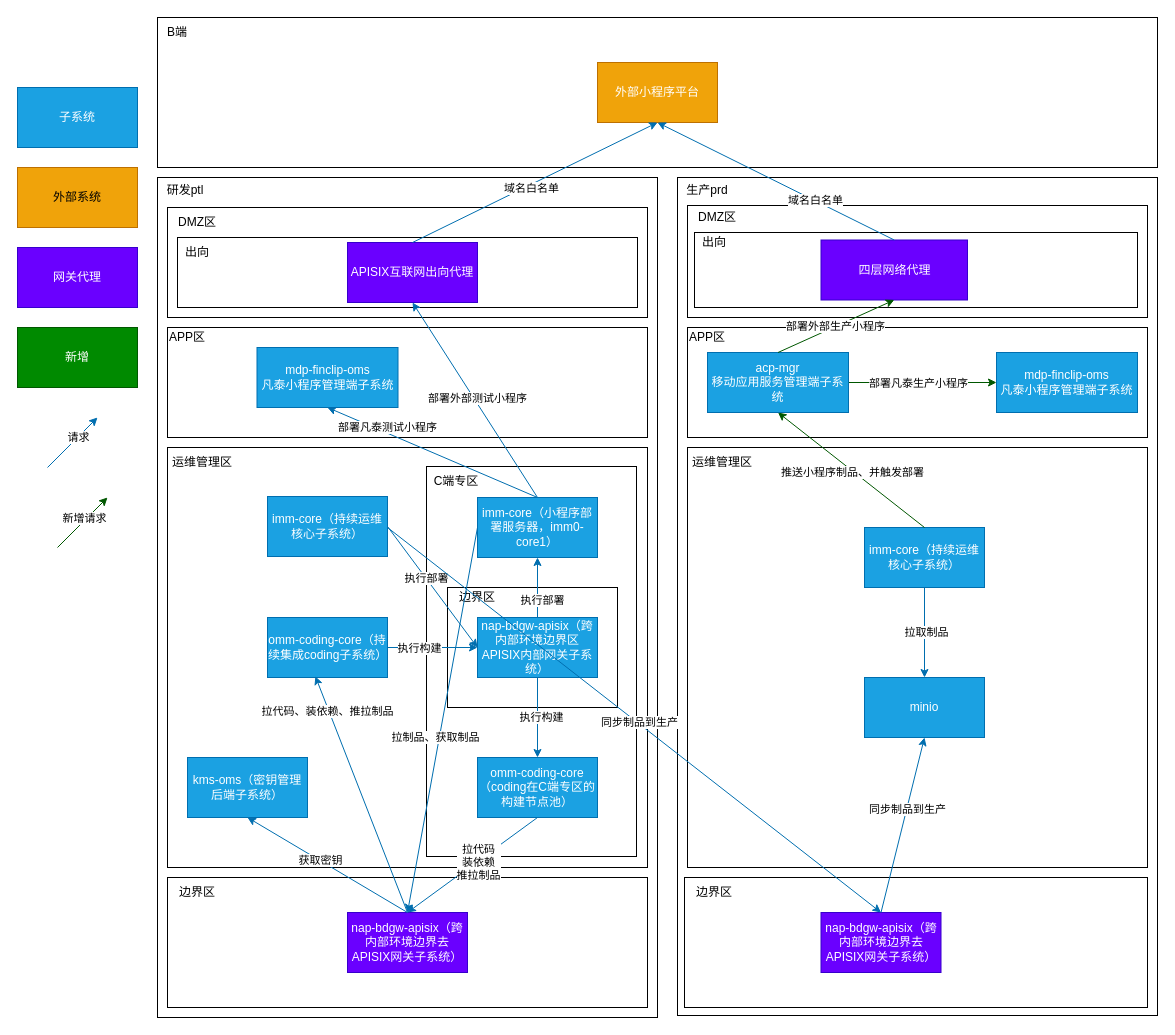
Earlier version of the draw.io diagram 小程序发布部署架构图-生产有C端专区--发ptl finclip--生产cos.drawio (lao-chengyong/-). Source tidied: cells renumbered, new cells numbered last; positions are measured from the earlier drawing's top-left corner, leaving out a move shared by most shapes. Both pictures are drawn from the tidied source at 100%, with x=0, y=0 at pixel (17, 17).
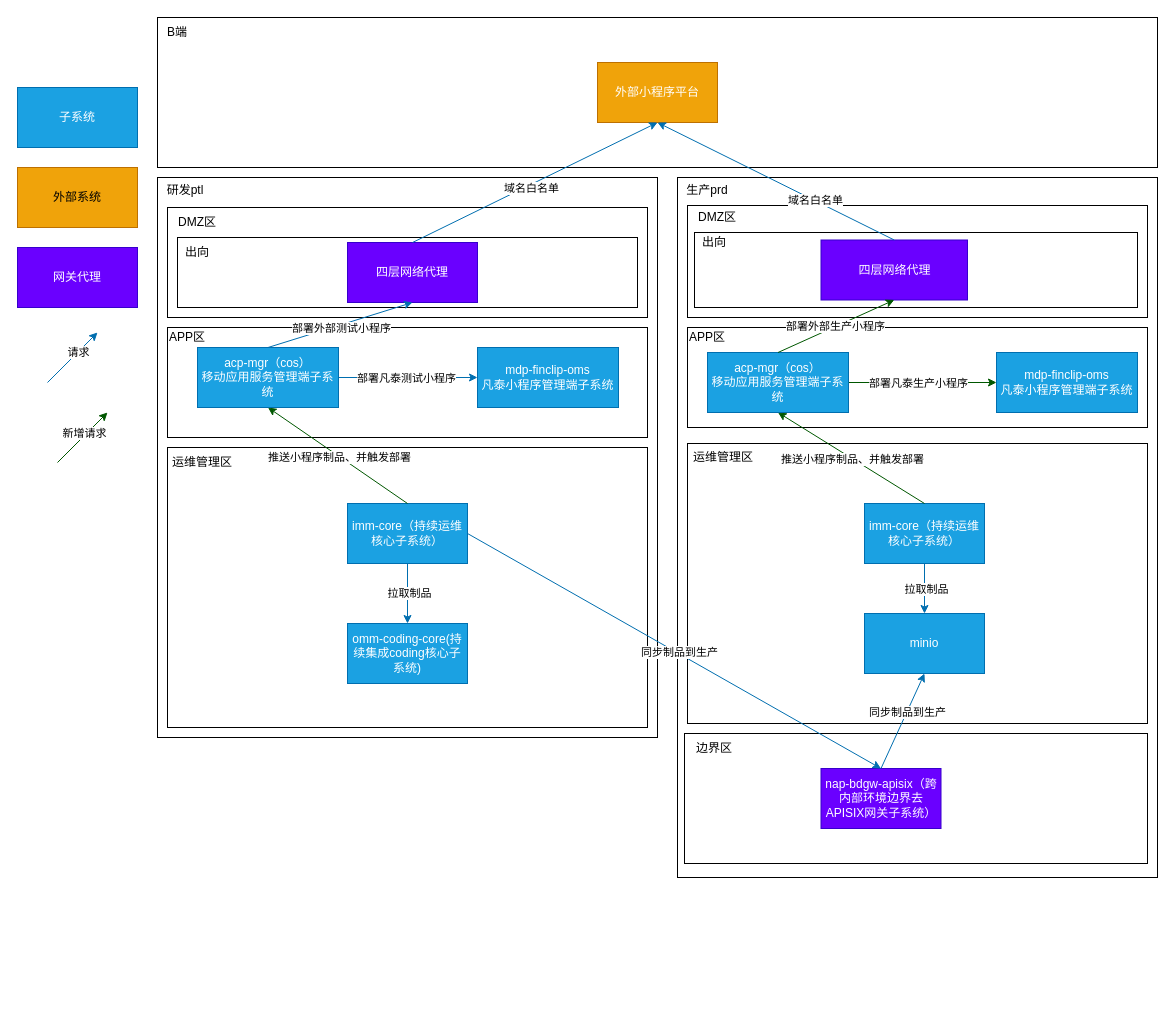
Above is the later version.

Commit message:
更新小程序发布部署架构图-生产有C端专区--发ptl finclip--生产cos.drawio

Change to the diagram source:
```diff
@@
     <mxCell id="2" style="rounded=0;whiteSpace=wrap;html=1;" parent="1" vertex="1">
-      <mxGeometry x="140" y="160" width="500" height="840" as="geometry" />
+      <mxGeometry x="140" y="160" width="500" height="560" as="geometry" />
     </mxCell>
     <mxCell id="3" style="whiteSpace=wrap;html=1;" parent="1" vertex="1">
-      <mxGeometry x="150" y="430" width="480" height="420" as="geometry" />
+      <mxGeometry x="150" y="430" width="480" height="280" as="geometry" />
     </mxCell>
-    <mxCell id="4" style="rounded=0;whiteSpace=wrap;html=1;" parent="1" vertex="1">
-      <mxGeometry x="210" y="890" width="120" height="60" as="geometry" />
-    </mxCell>
@@
-    <mxCell id="6" style="rounded=0;whiteSpace=wrap;html=1;" parent="1" vertex="1">
-      <mxGeometry x="150" y="860" width="480" height="130" as="geometry" />
-    </mxCell>
-    <mxCell id="7" value="边界区" style="text;html=1;strokeColor=none;fillColor=none;align=center;verticalAlign=middle;whiteSpace=wrap;rounded=0;" parent="1" vertex="1">
-      <mxGeometry x="150" y="860" width="60" height="30" as="geometry" />
-    </mxCell>
-    <mxCell id="8" value="nap-bdgw-apisix（跨内部环境边界去APISIX网关子系统）" style="rounded=0;whiteSpace=wrap;html=1;fillColor=#6a00ff;fontColor=#ffffff;strokeColor=#3700CC;" parent="1" vertex="1">
-      <mxGeometry x="330" y="895" width="120" height="60" as="geometry" />
-    </mxCell>
-    <mxCell id="9" value="kms-oms（密钥管理后端子系统）" style="rounded=0;whiteSpace=wrap;html=1;fillColor=#1ba1e2;fontColor=#ffffff;strokeColor=#006EAF;" parent="1" vertex="1">
-      <mxGeometry x="170" y="740" width="120" height="60" as="geometry" />
-    </mxCell>
-    <mxCell id="10" value="omm-coding-core（持续集成coding子系统）" style="rounded=0;whiteSpace=wrap;html=1;fillColor=#1ba1e2;fontColor=#ffffff;strokeColor=#006EAF;" parent="1" vertex="1">
-      <mxGeometry x="250" y="600" width="120" height="60" as="geometry" />
-    </mxCell>
-    <mxCell id="11" value="imm-core（持续运维核心子系统）" style="rounded=0;whiteSpace=wrap;html=1;fillColor=#1ba1e2;fontColor=#ffffff;strokeColor=#006EAF;" parent="1" vertex="1">
-      <mxGeometry x="250" y="479" width="120" height="60" as="geometry" />
-    </mxCell>
-    <mxCell id="12" style="rounded=0;whiteSpace=wrap;html=1;" parent="1" vertex="1">
-      <mxGeometry x="409" y="449" width="210" height="390" as="geometry" />
-    </mxCell>
-    <mxCell id="13" value="imm-core（小程序部署服务器，imm0-core1）" style="rounded=0;whiteSpace=wrap;html=1;fillColor=#1ba1e2;fontColor=#ffffff;strokeColor=#006EAF;" parent="1" vertex="1">
-      <mxGeometry x="460" y="480" width="120" height="60" as="geometry" />
-    </mxCell>
-    <mxCell id="14" value="omm-coding-core（coding在C端专区的构建节点池）" style="rounded=0;whiteSpace=wrap;html=1;fillColor=#1ba1e2;fontColor=#ffffff;strokeColor=#006EAF;" parent="1" vertex="1">
-      <mxGeometry x="460" y="740" width="120" height="60" as="geometry" />
-    </mxCell>
-    <mxCell id="15" value="C端专区" style="text;html=1;strokeColor=none;fillColor=none;align=center;verticalAlign=middle;whiteSpace=wrap;rounded=0;" parent="1" vertex="1">
-      <mxGeometry x="409" y="449" width="60" height="30" as="geometry" />
-    </mxCell>
@@
     <mxCell id="21" style="rounded=0;whiteSpace=wrap;html=1;" parent="1" vertex="1">
-      <mxGeometry x="660" y="160" width="480" height="838" as="geometry" />
+      <mxGeometry x="660" y="160" width="480" height="700" as="geometry" />
     </mxCell>
@@
-    <mxCell id="27" value="APISIX互联网出向代理" style="rounded=0;whiteSpace=wrap;html=1;fillColor=#6a00ff;fontColor=#ffffff;strokeColor=#3700CC;" parent="1" vertex="1">
+    <mxCell id="27" value="四层网络代理" style="rounded=0;whiteSpace=wrap;html=1;fillColor=#6a00ff;fontColor=#ffffff;strokeColor=#3700CC;" parent="1" vertex="1">
       <mxGeometry x="330" y="225" width="130" height="60" as="geometry" />
     </mxCell>
@@
     <mxCell id="29" style="rounded=0;whiteSpace=wrap;html=1;" parent="1" vertex="1">
-      <mxGeometry x="670" y="430" width="460" height="420" as="geometry" />
+      <mxGeometry x="670" y="426" width="460" height="280" as="geometry" />
     </mxCell>
     <mxCell id="30" value="运维管理区" style="text;html=1;strokeColor=none;fillColor=none;align=center;verticalAlign=middle;whiteSpace=wrap;rounded=0;" parent="1" vertex="1">
-      <mxGeometry x="670" y="430" width="70" height="30" as="geometry" />
+      <mxGeometry x="671" y="425" width="70" height="30" as="geometry" />
     </mxCell>
     <mxCell id="31" value="imm-core（持续运维核心子系统）" style="rounded=0;whiteSpace=wrap;html=1;fillColor=#1ba1e2;fontColor=#ffffff;strokeColor=#006EAF;" parent="1" vertex="1">
-      <mxGeometry x="847" y="510" width="120" height="60" as="geometry" />
+      <mxGeometry x="847" y="486" width="120" height="60" as="geometry" />
     </mxCell>
     <mxCell id="32" style="rounded=0;whiteSpace=wrap;html=1;" parent="1" vertex="1">
-      <mxGeometry x="670" y="310" width="460" height="110" as="geometry" />
+      <mxGeometry x="670" y="310" width="460" height="100" as="geometry" />
     </mxCell>
@@
-    <mxCell id="38" style="endArrow=classic;html=1;rounded=0;exitX=0.5;exitY=0;exitDx=0;exitDy=0;entryX=0.5;entryY=1;entryDx=0;entryDy=0;fillColor=#1ba1e2;strokeColor=#006EAF;" parent="1" edge="1" source="8" target="9">
-      <mxGeometry relative="1" as="geometry" />
-    </mxCell>
-    <mxCell id="39" value="获取密钥" style="edgeLabel;html=1;align=center;verticalAlign=middle;" parent="38" vertex="1">
-      <mxGeometry x="0.1" relative="1" as="geometry" />
-    </mxCell>
-    <mxCell id="40" style="endArrow=classic;html=1;rounded=0;exitX=0.5;exitY=0;exitDx=0;exitDy=0;entryX=0.399;entryY=0.981;entryDx=0;entryDy=0;fillColor=#1ba1e2;strokeColor=#006EAF;entryPerimeter=0;" parent="1" edge="1" source="8" target="10">
-      <mxGeometry relative="1" as="geometry" />
-    </mxCell>
-    <mxCell id="41" value="拉代码、装依赖、推拉制品" style="edgeLabel;html=1;align=center;verticalAlign=middle;" parent="40" vertex="1">
-      <mxGeometry x="0.71" y="3" relative="1" as="geometry">
-        <mxPoint x="1" as="offset" />
-      </mxGeometry>
-    </mxCell>
-    <mxCell id="42" style="endArrow=classic;html=1;rounded=0;exitX=0.5;exitY=1;exitDx=0;exitDy=0;fillColor=#1ba1e2;strokeColor=#006EAF;entryX=0.5;entryY=0;entryDx=0;entryDy=0;" parent="1" edge="1" source="14" target="8">
-      <mxGeometry relative="1" as="geometry" />
-    </mxCell>
-    <mxCell id="43" value="拉代码&lt;br&gt;装依赖&lt;br&gt;推拉制品" style="edgeLabel;html=1;align=center;verticalAlign=middle;" parent="42" vertex="1">
-      <mxGeometry x="-0.08" y="1" relative="1" as="geometry" />
-    </mxCell>
-    <mxCell id="44" style="rounded=0;whiteSpace=wrap;html=1;" parent="1" vertex="1">
-      <mxGeometry x="430" y="570" width="170" height="120" as="geometry" />
-    </mxCell>
-    <mxCell id="45" value="nap-bdgw-apisix（跨内部环境边界区APISIX内部网关子系统）" style="rounded=0;whiteSpace=wrap;html=1;fillColor=#1ba1e2;fontColor=#ffffff;strokeColor=#006EAF;" parent="1" vertex="1">
-      <mxGeometry x="460" y="600" width="120" height="60" as="geometry" />
-    </mxCell>
-    <mxCell id="46" value="边界区" style="text;html=1;strokeColor=none;fillColor=none;align=center;verticalAlign=middle;whiteSpace=wrap;rounded=0;" parent="1" vertex="1">
-      <mxGeometry x="430" y="565" width="60" height="30" as="geometry" />
-    </mxCell>
-    <mxCell id="47" style="endArrow=classic;html=1;rounded=0;exitX=0.5;exitY=1;exitDx=0;exitDy=0;fillColor=#1ba1e2;strokeColor=#006EAF;" parent="1" edge="1" source="45" target="14">
-      <mxGeometry relative="1" as="geometry" />
-    </mxCell>
-    <mxCell id="48" value="执行构建" style="edgeLabel;html=1;align=center;verticalAlign=middle;" parent="47" vertex="1">
-      <mxGeometry x="-0.03" y="3" relative="1" as="geometry" />
-    </mxCell>
-    <mxCell id="49" style="endArrow=classic;html=1;rounded=0;exitX=0.5;exitY=0;exitDx=0;exitDy=0;fillColor=#1ba1e2;strokeColor=#006EAF;entryX=0.5;entryY=1;entryDx=0;entryDy=0;" parent="1" edge="1" source="45" target="13">
-      <mxGeometry relative="1" as="geometry" />
-    </mxCell>
-    <mxCell id="50" value="执行部署" style="edgeLabel;html=1;align=center;verticalAlign=middle;" parent="49" vertex="1">
-      <mxGeometry x="-0.4" y="-4" relative="1" as="geometry" />
-    </mxCell>
-    <mxCell id="51" style="endArrow=classic;html=1;rounded=0;exitX=0;exitY=0.5;exitDx=0;exitDy=0;fillColor=#1ba1e2;strokeColor=#006EAF;entryX=0.5;entryY=0;entryDx=0;entryDy=0;" parent="1" edge="1" source="13" target="8">
-      <mxGeometry relative="1" as="geometry" />
-    </mxCell>
-    <mxCell id="52" value="拉制品、获取制品" style="edgeLabel;html=1;align=center;verticalAlign=middle;" parent="51" vertex="1">
-      <mxGeometry x="0.15" y="-2" relative="1" as="geometry">
-        <mxPoint y="-12" as="offset" />
-      </mxGeometry>
-    </mxCell>
-    <mxCell id="53" style="endArrow=classic;html=1;rounded=0;exitX=1;exitY=0.5;exitDx=0;exitDy=0;fillColor=#1ba1e2;strokeColor=#006EAF;entryX=0;entryY=0.5;entryDx=0;entryDy=0;" parent="1" edge="1" source="11" target="45">
-      <mxGeometry relative="1" as="geometry" />
-    </mxCell>
-    <mxCell id="54" value="执行部署" style="edgeLabel;html=1;align=center;verticalAlign=middle;" parent="53" vertex="1">
-      <mxGeometry x="-0.15" relative="1" as="geometry" />
-    </mxCell>
-    <mxCell id="55" style="endArrow=classic;html=1;rounded=0;exitX=1;exitY=0.5;exitDx=0;exitDy=0;fillColor=#1ba1e2;strokeColor=#006EAF;entryX=0;entryY=0.5;entryDx=0;entryDy=0;" parent="1" edge="1" source="10" target="45">
-      <mxGeometry relative="1" as="geometry" />
-    </mxCell>
-    <mxCell id="56" value="执行构建" style="edgeLabel;html=1;align=center;verticalAlign=middle;" parent="55" vertex="1">
-      <mxGeometry x="-0.3" relative="1" as="geometry" />
-    </mxCell>
@@
     <mxCell id="63" value="minio" style="rounded=0;whiteSpace=wrap;html=1;fillColor=#1ba1e2;fontColor=#ffffff;strokeColor=#006EAF;" parent="1" vertex="1">
-      <mxGeometry x="847" y="660" width="120" height="60" as="geometry" />
+      <mxGeometry x="847" y="596" width="120" height="60" as="geometry" />
     </mxCell>
     <mxCell id="64" style="rounded=0;whiteSpace=wrap;html=1;" parent="1" vertex="1">
-      <mxGeometry x="727" y="890" width="120" height="60" as="geometry" />
+      <mxGeometry x="727" y="746" width="120" height="60" as="geometry" />
     </mxCell>
     <mxCell id="65" style="rounded=0;whiteSpace=wrap;html=1;" parent="1" vertex="1">
-      <mxGeometry x="667" y="860" width="463" height="130" as="geometry" />
+      <mxGeometry x="667" y="716" width="463" height="130" as="geometry" />
     </mxCell>
     <mxCell id="66" value="边界区" style="text;html=1;strokeColor=none;fillColor=none;align=center;verticalAlign=middle;whiteSpace=wrap;rounded=0;" parent="1" vertex="1">
-      <mxGeometry x="667" y="860" width="60" height="30" as="geometry" />
+      <mxGeometry x="667" y="716" width="60" height="30" as="geometry" />
     </mxCell>
     <mxCell id="67" value="nap-bdgw-apisix（跨内部环境边界去APISIX网关子系统）" style="rounded=0;whiteSpace=wrap;html=1;fillColor=#6a00ff;fontColor=#ffffff;strokeColor=#3700CC;" parent="1" vertex="1">
-      <mxGeometry x="803.5" y="895" width="120" height="60" as="geometry" />
+      <mxGeometry x="803.5" y="751" width="120" height="60" as="geometry" />
     </mxCell>
-    <mxCell id="68" style="endArrow=classic;html=1;rounded=0;entryX=0.5;entryY=0;entryDx=0;entryDy=0;fillColor=#1ba1e2;strokeColor=#006EAF;" parent="1" edge="1" target="67">
-      <mxGeometry relative="1" as="geometry">
-        <mxPoint x="370" y="510" as="sourcePoint" />
-      </mxGeometry>
+    <mxCell id="68" style="endArrow=classic;html=1;rounded=0;entryX=0.5;entryY=0;entryDx=0;entryDy=0;fillColor=#1ba1e2;strokeColor=#006EAF;exitX=1;exitY=0.5;exitDx=0;exitDy=0;" parent="1" edge="1" source="11" target="67">
+      <mxGeometry relative="1" as="geometry" />
     </mxCell>
@@
-    <mxCell id="75" value="新增" style="rounded=0;whiteSpace=wrap;html=1;fillColor=#008a00;fontColor=#ffffff;strokeColor=#005700;" parent="1" vertex="1">
-      <mxGeometry y="310" width="120" height="60" as="geometry" />
-    </mxCell>
     <mxCell id="76" style="endArrow=classic;html=1;rounded=0;fillColor=#1ba1e2;strokeColor=#006EAF;" parent="1" edge="1">
       <mxGeometry relative="1" as="geometry">
-        <mxPoint x="30" y="450" as="sourcePoint" />
-        <mxPoint x="80" y="400" as="targetPoint" />
+        <mxPoint x="30" y="365" as="sourcePoint" />
+        <mxPoint x="80" y="315" as="targetPoint" />
       </mxGeometry>
     </mxCell>
@@
     <mxCell id="78" style="endArrow=classic;html=1;rounded=0;fillColor=#008a00;strokeColor=#005700;" parent="1" edge="1">
       <mxGeometry relative="1" as="geometry">
-        <mxPoint x="40" y="530" as="sourcePoint" />
-        <mxPoint x="90" y="480" as="targetPoint" />
+        <mxPoint x="40" y="445" as="sourcePoint" />
+        <mxPoint x="90" y="395" as="targetPoint" />
       </mxGeometry>
     </mxCell>
@@
     <mxCell id="86" value="mdp-finclip-oms&lt;br&gt;凡泰小程序管理端子系统" style="rounded=0;whiteSpace=wrap;html=1;fillColor=#1ba1e2;fontColor=#ffffff;strokeColor=#006EAF;" parent="1" vertex="1">
-      <mxGeometry x="239.5" y="330" width="141" height="60" as="geometry" />
+      <mxGeometry x="460" y="330" width="141" height="60" as="geometry" />
     </mxCell>
-    <mxCell id="87" style="endArrow=classic;html=1;rounded=0;exitX=0.5;exitY=0;exitDx=0;exitDy=0;fillColor=#1ba1e2;strokeColor=#006EAF;entryX=0.5;entryY=1;entryDx=0;entryDy=0;" parent="1" edge="1" source="13" target="27">
+    <mxCell id="87" style="endArrow=classic;html=1;rounded=0;exitX=0.5;exitY=0;exitDx=0;exitDy=0;fillColor=#1ba1e2;strokeColor=#006EAF;entryX=0.5;entryY=1;entryDx=0;entryDy=0;" parent="1" edge="1" source="99" target="27">
       <mxGeometry relative="1" as="geometry" />
     </mxCell>
@@
-    <mxCell id="89" style="endArrow=classic;html=1;rounded=0;exitX=0.5;exitY=0;exitDx=0;exitDy=0;fillColor=#1ba1e2;strokeColor=#006EAF;entryX=0.5;entryY=1;entryDx=0;entryDy=0;" parent="1" edge="1" source="13" target="86">
+    <mxCell id="89" style="endArrow=classic;html=1;rounded=0;exitX=1;exitY=0.5;exitDx=0;exitDy=0;fillColor=#1ba1e2;strokeColor=#006EAF;entryX=0;entryY=0.5;entryDx=0;entryDy=0;" parent="1" edge="1" source="99" target="86">
       <mxGeometry relative="1" as="geometry" />
     </mxCell>
     <mxCell id="90" value="部署凡泰测试小程序" style="edgeLabel;html=1;align=center;verticalAlign=middle;" parent="89" vertex="1">
       <mxGeometry x="0.16" relative="1" as="geometry">
-        <mxPoint x="-28" y="-18" as="offset" />
+        <mxPoint x="-14" as="offset" />
       </mxGeometry>
     </mxCell>
-    <mxCell id="91" value="acp-mgr&lt;br&gt;移动应用服务管理端子系统" style="rounded=0;whiteSpace=wrap;html=1;fillColor=#1ba1e2;fontColor=#ffffff;strokeColor=#006EAF;" parent="1" vertex="1">
+    <mxCell id="91" value="acp-mgr（cos）&lt;br&gt;移动应用服务管理端子系统" style="rounded=0;whiteSpace=wrap;html=1;fillColor=#1ba1e2;fontColor=#ffffff;strokeColor=#006EAF;" parent="1" vertex="1">
       <mxGeometry x="690" y="335" width="141" height="60" as="geometry" />
     </mxCell>
@@
+    <mxCell id="11" value="imm-core（持续运维核心子系统）" style="rounded=0;whiteSpace=wrap;html=1;fillColor=#1ba1e2;fontColor=#ffffff;strokeColor=#006EAF;" parent="1" vertex="1">
+      <mxGeometry x="330" y="486" width="120" height="60" as="geometry" />
+    </mxCell>
+    <mxCell id="94" value="omm-coding-core(持续集成coding核心子系统)" style="rounded=0;whiteSpace=wrap;html=1;fillColor=#1ba1e2;fontColor=#ffffff;strokeColor=#006EAF;" parent="1" vertex="1">
+      <mxGeometry x="330" y="606" width="120" height="60" as="geometry" />
+    </mxCell>
+    <mxCell id="95" style="endArrow=classic;html=1;rounded=0;fillColor=#1ba1e2;strokeColor=#006EAF;entryX=0.5;entryY=0;entryDx=0;entryDy=0;exitX=0.5;exitY=1;exitDx=0;exitDy=0;" parent="1" edge="1" source="11" target="94">
+      <mxGeometry relative="1" as="geometry" />
+    </mxCell>
+    <mxCell id="96" value="拉取制品" style="edgeLabel;html=1;align=center;verticalAlign=middle;" parent="95" vertex="1">
+      <mxGeometry x="-0.02" y="1" relative="1" as="geometry" />
+    </mxCell>
+    <mxCell id="97" style="endArrow=classic;html=1;rounded=0;fillColor=#008a00;strokeColor=#005700;exitX=0.5;exitY=0;exitDx=0;exitDy=0;entryX=0.5;entryY=1;entryDx=0;entryDy=0;" parent="1" edge="1" source="11" target="99">
+      <mxGeometry relative="1" as="geometry" />
+    </mxCell>
+    <mxCell id="98" value="推送小程序制品、并触发部署" style="edgeLabel;html=1;align=center;verticalAlign=middle;" parent="97" vertex="1">
+      <mxGeometry x="-0.02" y="1" relative="1" as="geometry" />
+    </mxCell>
+    <mxCell id="99" value="acp-mgr（cos）&lt;br&gt;移动应用服务管理端子系统" style="rounded=0;whiteSpace=wrap;html=1;fillColor=#1ba1e2;fontColor=#ffffff;strokeColor=#006EAF;" parent="1" vertex="1">
+      <mxGeometry x="180" y="330" width="141" height="60" as="geometry" />
+    </mxCell>
```
